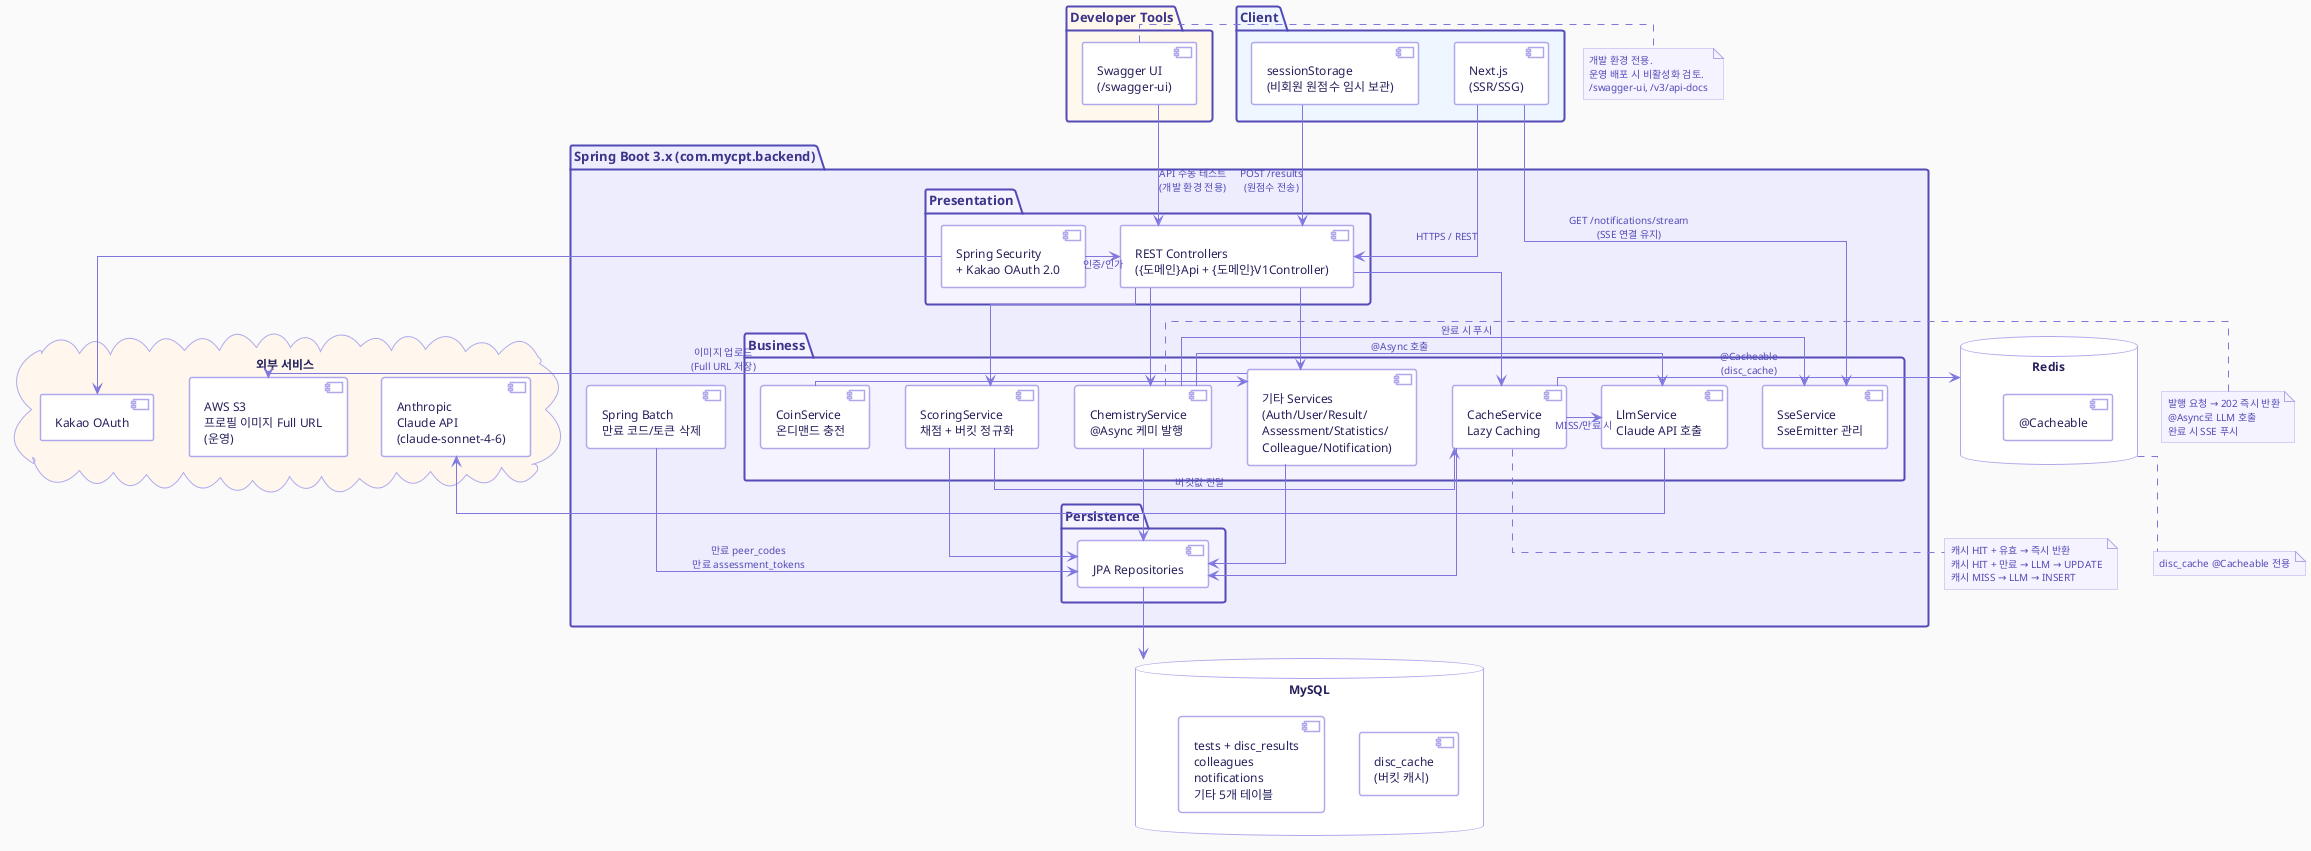
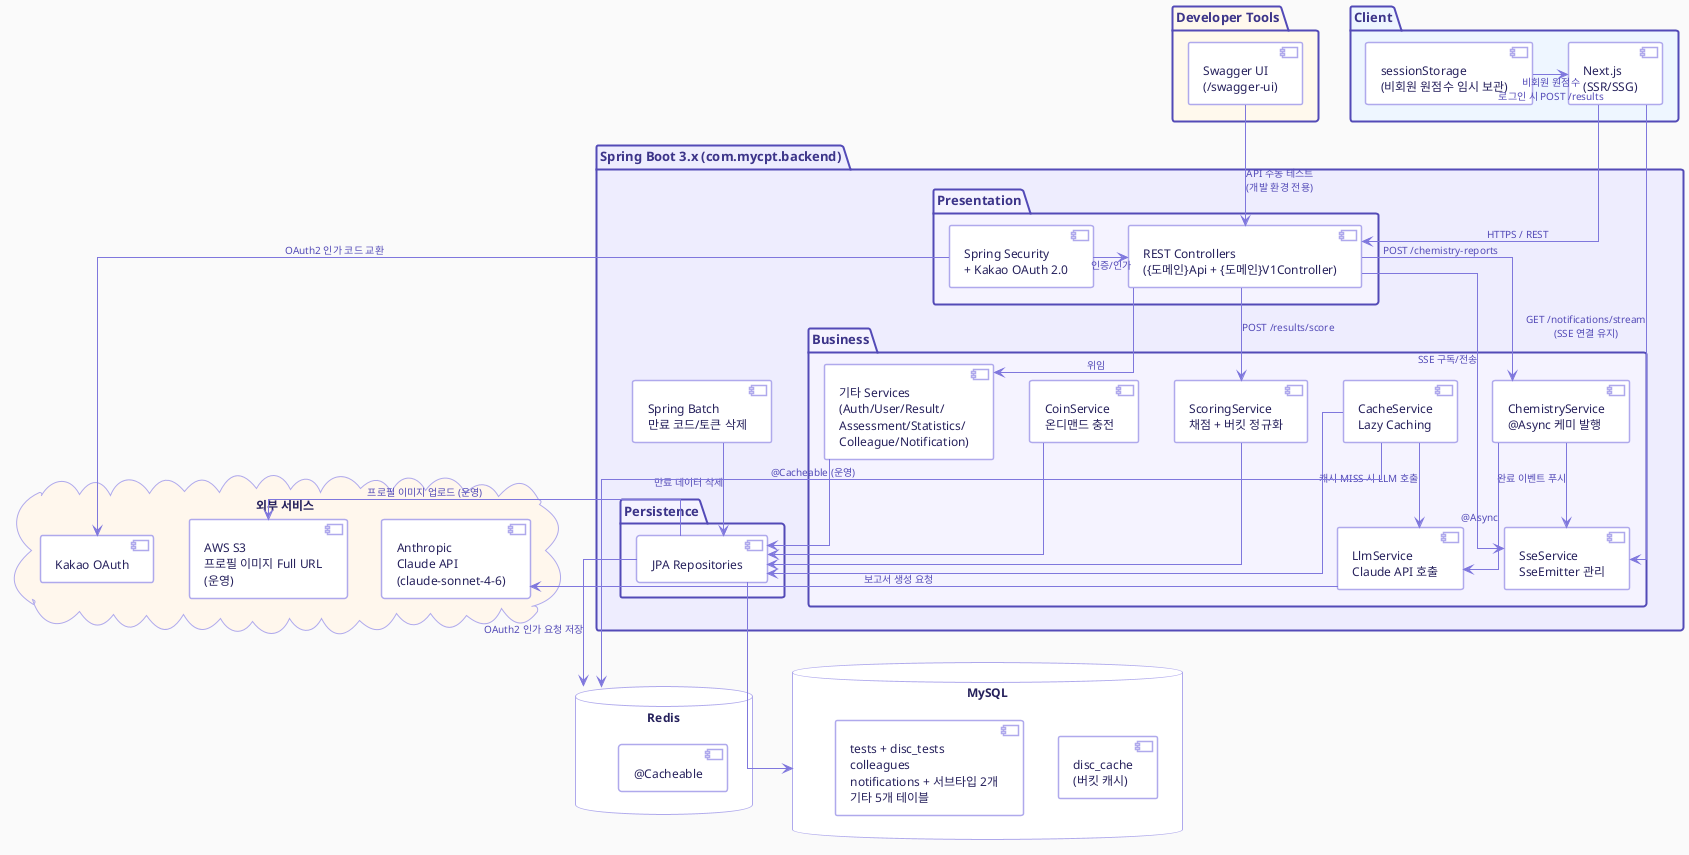
@startuml MyCPT_Architecture

skinparam backgroundColor #FAFAFA
skinparam defaultFontName "Apple SD Gothic Neo, sans-serif"
skinparam defaultFontSize 12
skinparam defaultFontColor #26215C

skinparam component {
  BackgroundColor #FFFFFF
  BorderColor #AFA9EC
  BorderThickness 1.5
  FontColor #26215C
  FontSize 12
  ArrowColor #7F77DD
  ArrowFontColor #534AB7
  ArrowFontSize 10
}

skinparam package {
  BackgroundColor #EEEDFE
  BorderColor #534AB7
  BorderThickness 2
  FontColor #3C3489
  FontSize 13
  FontStyle bold
}

skinparam database {
  BackgroundColor #FFFFFF
  BorderColor #AFA9EC
  FontColor #26215C
}

skinparam cloud {
  BackgroundColor #FFFFFF
  BorderColor #AFA9EC
  FontColor #26215C
}

skinparam note {
  BackgroundColor #F5F3FF
  BorderColor #AFA9EC
  FontColor #534AB7
  FontSize 10
}

skinparam linetype ortho

- ' ── 변경: Developer Tools 패키지 추가 ──────────────────────────────────────
package "Developer Tools" #FFF9ED {
  [Swagger UI\n(/swagger-ui)] as Swagger
}

package "Client" #EEF6FF {
  [Next.js\n(SSR/SSG)] as NextJS
  [sessionStorage\n(비회원 원점수 임시 보관)] as Session
}

package "Spring Boot 3.x (com.mycpt.backend)" #EEEDFE {
- ' ── 변경: 패키지 루트 명시 ──────────────────────────────────────────────────

  package "Presentation" #F5F3FF {
    [REST Controllers\n({도메인}Api + {도메인}V1Controller)] as Controllers
- ' ── 변경: Interface + V1Controller 구조 명시 ──────────────────────────────
    [Spring Security\n+ Kakao OAuth 2.0] as Security
  }

  package "Business" #F5F3FF {
    [ScoringService\n채점 + 버킷 정규화] as Scoring
    [CacheService\nLazy Caching] as Cache
    [LlmService\nClaude API 호출] as Llm
    [ChemistryService\n@Async 케미 발행] as Chemistry
    [SseService\nSseEmitter 관리] as Sse
    [CoinService\n온디맨드 충전] as Coin
    [기타 Services\n(Auth/User/Result/\nAssessment/Statistics/\nColleague/Notification)] as OtherServices
  }

  package "Persistence" #F5F3FF {
    [JPA Repositories] as Repos
  }

  [Spring Batch\n만료 코드/토큰 삭제] as Batch
}

database "MySQL" as MySQL {
  [disc_cache\n(버킷 캐시)] as DiscCache
-   [tests + disc_results\ncolleagues\nnotifications\n기타 5개 테이블] as OtherTables
- ' ── 변경: test_results → tests + disc_results (v0.5 DDL 반영) ─────────────
+   ' v0.8: disc_results → disc_tests, notifications CTI 적용 (12개 테이블)
+   [tests + disc_tests\ncolleagues\nnotifications + 서브타입 2개\n기타 5개 테이블] as OtherTables
}

database "Redis" as Redis {
  [@Cacheable] as RedisData
}

cloud "외부 서비스" #FFF7ED {
  [Anthropic\nClaude API\n(claude-sonnet-4-6)] as ClaudeAPI
  [Kakao OAuth] as Kakao
  [AWS S3\n프로필 이미지 Full URL\n(운영)] as S3
- ' ── 변경: Full URL 저장 방식 명시 ────────────────────────────────────────
}

- ' ── 변경: Swagger → Controllers 연결 추가 ──────────────────────────────────
Swagger  -down-> Controllers : API 수동 테스트\n(개발 환경 전용)

' Client ↔ Spring Boot
NextJS   -down-> Controllers : HTTPS / REST
NextJS   -down-> Sse         : GET /notifications/stream\n(SSE 연결 유지)
- Session  -down-> Controllers : POST /results\n(원점수 전송)
+ Session  -right-> NextJS     : 비회원 원점수\n로그인 시 POST /results

- ' Security
+ ' Spring Boot 내부
Security -right-> Controllers : 인증/인가
+ Controllers -down-> OtherServices : 위임
+ Controllers -down-> Scoring    : POST /results/score
+ Controllers -down-> Chemistry  : POST /chemistry-reports
+ Controllers -down-> Sse        : SSE 구독/전송

- ' Controller → Service
- Controllers -down-> Scoring
- Controllers -down-> Cache
- Controllers -down-> Chemistry
- Controllers -down-> OtherServices
+ Scoring    -down-> Repos
+ Cache      -down-> Repos
+ Cache      -down-> Llm        : 캐시 MISS 시 LLM 호출
+ Chemistry  -down-> Llm        : @Async
+ Chemistry  -down-> Sse        : 완료 이벤트 푸시
+ OtherServices -down-> Repos
+ Coin       -down-> Repos
+ Batch      -down-> Repos      : 만료 데이터 삭제

- ' Service 내부 흐름
- Scoring     -right-> Cache       : 버킷값 전달
- Cache       -right-> Llm         : MISS/만료 시
- Chemistry   -right-> Llm         : @Async 호출
- Chemistry   -right-> Sse         : 완료 시 푸시
- Coin        -right-> OtherServices
+ ' Persistence ↔ DB
+ Repos -down-> MySQL
+ Cache -down-> Redis            : @Cacheable (운영)
+ Repos -down-> Redis            : OAuth2 인가 요청 저장

- ' Service → Repository
- Scoring         -down-> Repos
- Cache           -down-> Repos
- OtherServices   -down-> Repos
- Chemistry       -down-> Repos
+ ' 외부 서비스 연동
+ Security  -right-> Kakao       : OAuth2 인가 코드 교환
+ Llm       -right-> ClaudeAPI   : 보고서 생성 요청
+ Repos     -right-> S3          : 프로필 이미지 업로드 (운영)

- ' Repository → DB
- Repos -down-> MySQL
- 
- ' Redis
- Cache         -right-> Redis : @Cacheable\n(disc_cache)
- 
- ' 외부 연동
- Llm           -right-> ClaudeAPI
- Security      -down->  Kakao
- OtherServices -right-> S3    : 이미지 업로드\n(Full URL 저장)
- ' ── 변경: Full URL 저장 명시 ─────────────────────────────────────────────
- 
- ' Batch
- Batch -down-> Repos : 만료 peer_codes\n만료 assessment_tokens
- 
- note bottom of Cache
-   캐시 HIT + 유효 → 즉시 반환
-   캐시 HIT + 만료 → LLM → UPDATE
-   캐시 MISS → LLM → INSERT
- end note
- 
- note right of Chemistry
-   발행 요청 → 202 즉시 반환
-   @Async로 LLM 호출
-   완료 시 SSE 푸시
- end note
- 
- note bottom of Redis
-   disc_cache @Cacheable 전용
- end note
- 
- ' ── 변경: Swagger 관련 note 추가 ────────────────────────────────────────────
- note right of Swagger
-   개발 환경 전용.
-   운영 배포 시 비활성화 검토.
-   /swagger-ui, /v3/api-docs
- end note
- 
- @enduml+ @enduml
